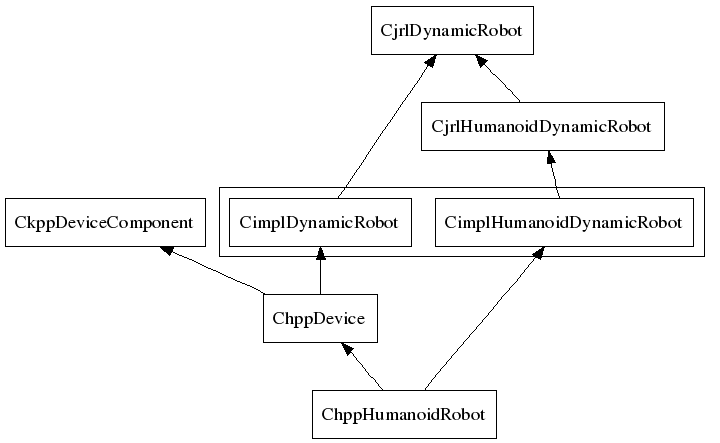
pFernbach/hpp-model keeps this Graphviz diagram as doc/figures/classDiagramRobot.png. Above is the earlier version. Its source is kept beside it as doc/figures/classDiagramRobot.dot.
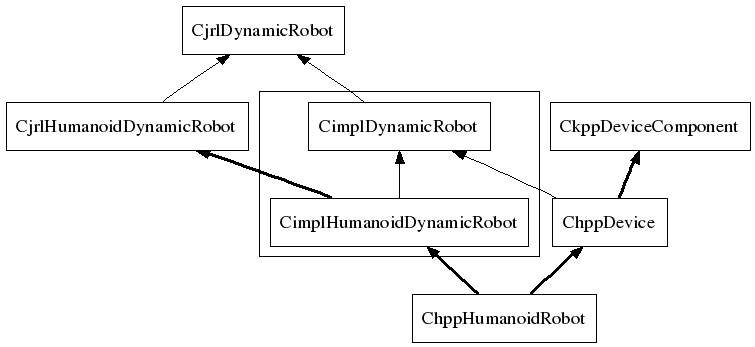
Above is the later version.

What changed in the source:
```diff
@@ -8,15 +8,16 @@
 	CkppDeviceComponent [shape = box]
 	"ChppDevice" [shape = box]
 	"ChppHumanoidRobot" [shape = box]
-	"ChppDevice" -> CkppDeviceComponent
+	"ChppDevice" -> CkppDeviceComponent [style = bold]
 	"ChppDevice" -> CimplDynamicRobot
-	"ChppHumanoidRobot" -> "ChppDevice"
-	"ChppHumanoidRobot" -> CimplHumanoidDynamicRobot
+	"ChppHumanoidRobot" -> "ChppDevice" [style = bold]
+	"ChppHumanoidRobot" -> CimplHumanoidDynamicRobot [style = bold]
 
 	subgraph cluster0 {
 		CimplDynamicRobot [shape = box]
 		CimplHumanoidDynamicRobot [shape = box]
 	}
 	CimplDynamicRobot -> CjrlDynamicRobot
-	CimplHumanoidDynamicRobot -> CjrlHumanoidDynamicRobot
+	CimplHumanoidDynamicRobot -> CjrlHumanoidDynamicRobot [style = bold]
+	CimplHumanoidDynamicRobot -> CimplDynamicRobot
 }
```
